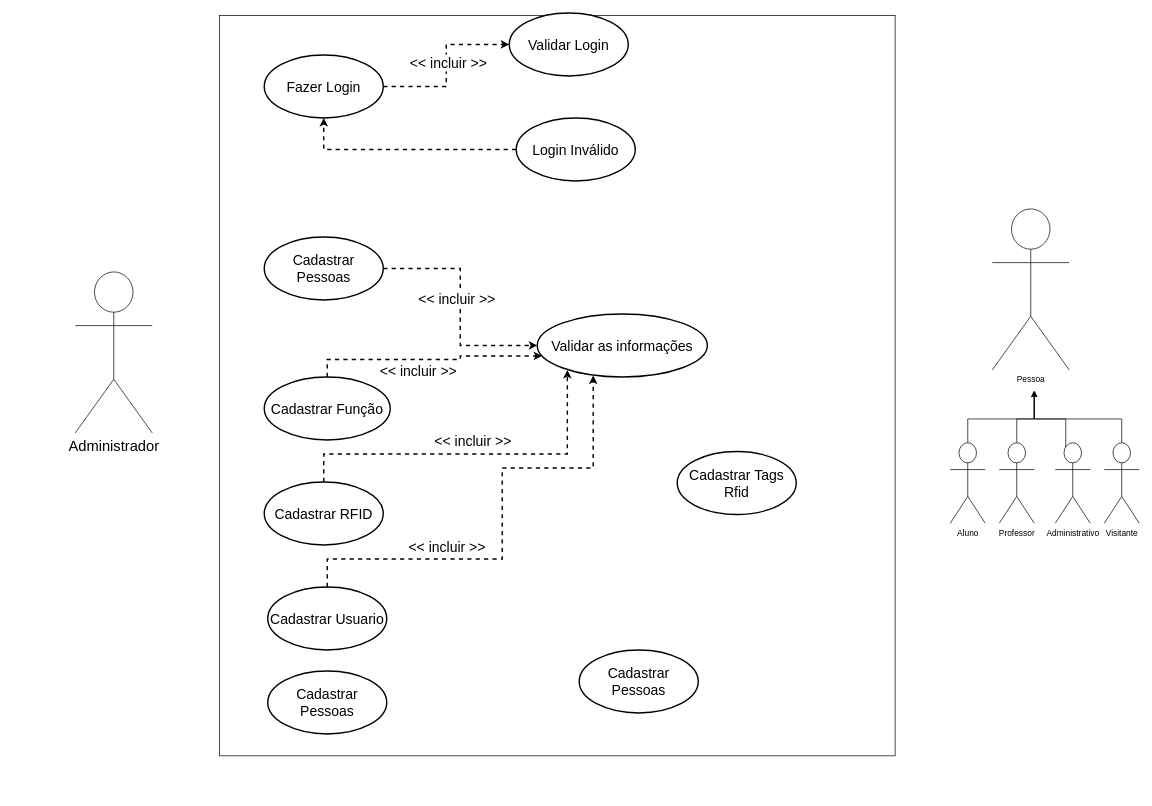
Above: Diagramas/Diagrama de Caso de Uso/v1/caso_de_uso.drawio in RangersonTI/Meu_TCC (draw.io), before the change. Source tidied: cells renumbered, new cells numbered last; positions are measured from the earlier drawing's top-left corner, leaving out a move shared by most shapes. Both pictures are drawn from the tidied source at 70%, with x=0, y=0 at pixel (75, 13).
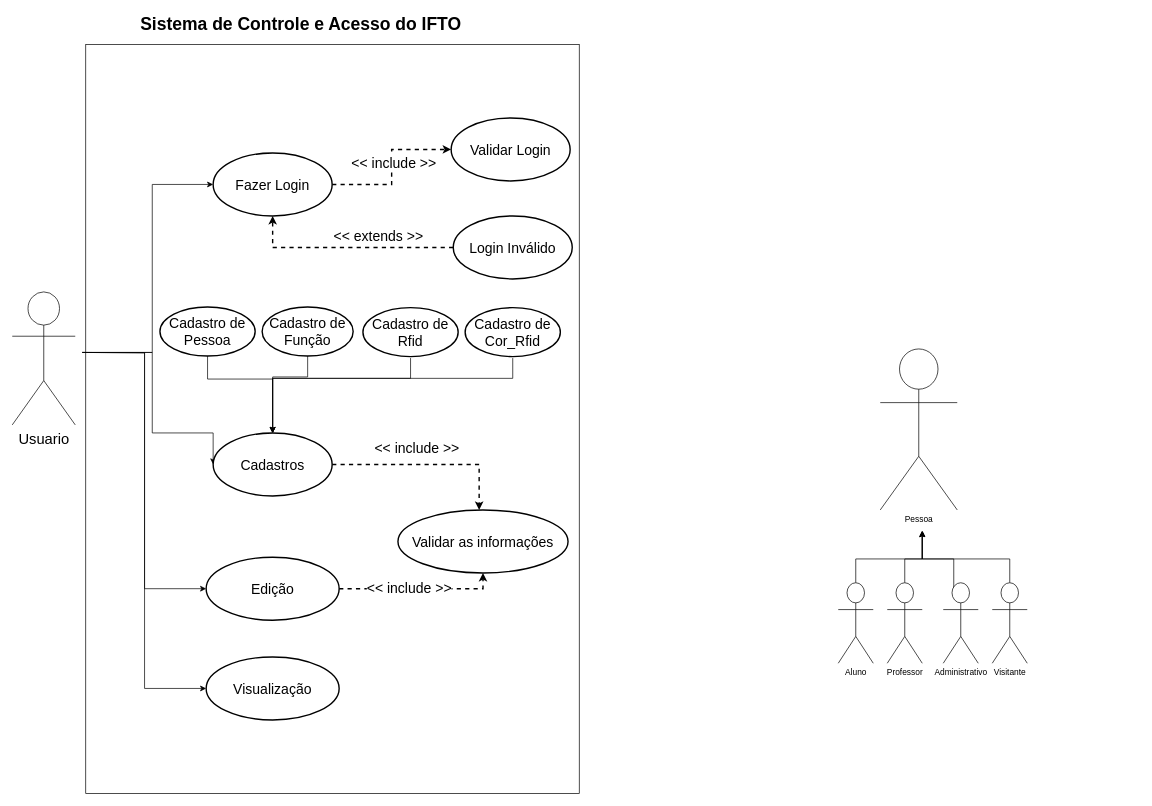
After the change.

The change refers to these unchanged cells:
```xml
<mxCell id="12" style="edgeStyle=orthogonalEdgeStyle;rounded=0;jettySize=auto;html=1;dashed=1;strokeWidth=2;" parent="1" edge="1" source="14" target="21">
  <mxGeometry relative="1" as="geometry" />
</mxCell>
```

What changed in the source:
```diff
@@
     <mxCell id="2" style="rounded=0;whiteSpace=wrap;html=1;rotation=90;" parent="1" vertex="1">
-      <mxGeometry x="160" y="50" width="1057.5" height="965" as="geometry" />
+      <mxGeometry x="-167.5" y="227.5" width="1070" height="705" as="geometry" />
     </mxCell>
     <mxCell id="3" value="Pessoa" style="shape=umlActor;verticalLabelPosition=bottom;verticalAlign=top;html=1;" parent="1" vertex="1">
-      <mxGeometry x="1310" y="280" width="110" height="230" as="geometry" />
+      <mxGeometry x="1150" y="480" width="110" height="230" as="geometry" />
     </mxCell>
     <mxCell id="4" style="edgeStyle=orthogonalEdgeStyle;rounded=0;jettySize=auto;html=1;" parent="1" edge="1" source="5">
       <mxGeometry relative="1" as="geometry">
-        <mxPoint x="1370" y="540" as="targetPoint" />
+        <mxPoint x="1210" y="740" as="targetPoint" />
         <Array as="points">
-          <mxPoint x="1275" y="580" />
-          <mxPoint x="1370" y="580" />
+          <mxPoint x="1115" y="780" />
+          <mxPoint x="1210" y="780" />
         </Array>
       </mxGeometry>
     </mxCell>
     <mxCell id="5" value="Aluno" style="shape=umlActor;verticalLabelPosition=bottom;verticalAlign=top;html=1;outlineConnect=0;" parent="1" vertex="1">
-      <mxGeometry x="1250" y="614" width="50" height="115" as="geometry" />
+      <mxGeometry x="1090" y="814" width="50" height="115" as="geometry" />
     </mxCell>
     <mxCell id="6" style="edgeStyle=orthogonalEdgeStyle;rounded=0;jettySize=auto;html=1;" parent="1" edge="1" source="7">
       <mxGeometry relative="1" as="geometry">
-        <mxPoint x="1370" y="540" as="targetPoint" />
+        <mxPoint x="1210" y="740" as="targetPoint" />
         <Array as="points">
-          <mxPoint x="1345" y="580" />
-          <mxPoint x="1370" y="580" />
+          <mxPoint x="1185" y="780" />
+          <mxPoint x="1210" y="780" />
         </Array>
       </mxGeometry>
     </mxCell>
     <mxCell id="7" value="Professor" style="shape=umlActor;verticalLabelPosition=bottom;verticalAlign=top;html=1;outlineConnect=0;" parent="1" vertex="1">
-      <mxGeometry x="1320" y="614" width="50" height="115" as="geometry" />
+      <mxGeometry x="1160" y="814" width="50" height="115" as="geometry" />
     </mxCell>
     <mxCell id="8" style="edgeStyle=orthogonalEdgeStyle;rounded=0;jettySize=auto;html=1;" parent="1" edge="1" source="9">
       <mxGeometry relative="1" as="geometry">
-        <mxPoint x="1370" y="540" as="targetPoint" />
+        <mxPoint x="1210" y="740" as="targetPoint" />
         <Array as="points">
-          <mxPoint x="1495" y="580" />
-          <mxPoint x="1370" y="580" />
+          <mxPoint x="1335" y="780" />
+          <mxPoint x="1210" y="780" />
         </Array>
       </mxGeometry>
     </mxCell>
     <mxCell id="9" value="Visitante" style="shape=umlActor;verticalLabelPosition=bottom;verticalAlign=top;html=1;outlineConnect=0;" parent="1" vertex="1">
-      <mxGeometry x="1470" y="614" width="50" height="115" as="geometry" />
+      <mxGeometry x="1310" y="814" width="50" height="115" as="geometry" />
     </mxCell>
     <mxCell id="10" style="edgeStyle=orthogonalEdgeStyle;rounded=0;orthogonalLoop=1;jettySize=auto;html=1;" parent="1" edge="1">
       <mxGeometry relative="1" as="geometry">
-        <mxPoint x="1415" y="624" as="sourcePoint" />
-        <mxPoint x="1370" y="540" as="targetPoint" />
+        <mxPoint x="1255" y="824" as="sourcePoint" />
+        <mxPoint x="1210" y="740" as="targetPoint" />
         <Array as="points">
-          <mxPoint x="1415" y="580" />
-          <mxPoint x="1370" y="580" />
+          <mxPoint x="1255" y="780" />
+          <mxPoint x="1210" y="780" />
         </Array>
       </mxGeometry>
     </mxCell>
     <mxCell id="11" value="Administrativo" style="shape=umlActor;verticalLabelPosition=bottom;verticalAlign=top;html=1;" parent="1" vertex="1">
-      <mxGeometry x="1400" y="614" width="50" height="115" as="geometry" />
+      <mxGeometry x="1240" y="814" width="50" height="115" as="geometry" />
     </mxCell>
@@
-    <mxCell id="13" value="&amp;lt;&amp;lt; incluir &amp;gt;&amp;gt;" style="edgeLabel;html=1;align=center;verticalAlign=middle;fontSize=20;" parent="12" vertex="1">
+    <mxCell id="13" value="&amp;lt;&amp;lt; include &amp;gt;&amp;gt;" style="edgeLabel;html=1;align=center;verticalAlign=middle;fontSize=20;" parent="12" vertex="1">
       <mxGeometry x="-0.14" y="-2" relative="1" as="geometry">
         <mxPoint y="-22" as="offset" />
       </mxGeometry>
     </mxCell>
     <mxCell id="14" value="Fazer Login" style="ellipse;whiteSpace=wrap;html=1;fontSize=20;strokeWidth=2;" parent="1" vertex="1">
-      <mxGeometry x="270" y="60" width="170" height="90" as="geometry" />
+      <mxGeometry x="197" y="200" width="170" height="90" as="geometry" />
     </mxCell>
+    <mxCell id="35" style="edgeStyle=orthogonalEdgeStyle;rounded=0;jettySize=auto;html=1;entryX=0;entryY=0.5;entryDx=0;entryDy=0;" parent="1" edge="1" target="14">
+      <mxGeometry relative="1" as="geometry">
+        <mxPoint x="10" y="485" as="sourcePoint" />
+        <Array as="points">
+          <mxPoint x="110" y="485" />
+          <mxPoint x="110" y="245" />
+        </Array>
+      </mxGeometry>
+    </mxCell>
+    <mxCell id="36" style="edgeStyle=orthogonalEdgeStyle;rounded=0;jettySize=auto;html=1;entryX=0;entryY=0.5;entryDx=0;entryDy=0;" parent="1" edge="1" target="18">
+      <mxGeometry relative="1" as="geometry">
+        <mxPoint x="10" y="485" as="sourcePoint" />
+        <Array as="points">
+          <mxPoint x="110" y="485" />
+          <mxPoint x="110" y="600" />
+        </Array>
+      </mxGeometry>
+    </mxCell>
+    <mxCell id="37" style="edgeStyle=orthogonalEdgeStyle;rounded=0;jettySize=auto;html=1;entryX=0;entryY=0.5;entryDx=0;entryDy=0;" parent="1" edge="1" target="43">
+      <mxGeometry relative="1" as="geometry">
+        <mxPoint x="10" y="485" as="sourcePoint" />
+      </mxGeometry>
+    </mxCell>
+    <mxCell id="38" style="edgeStyle=orthogonalEdgeStyle;rounded=0;jettySize=auto;html=1;entryX=0;entryY=0.5;entryDx=0;entryDy=0;" parent="1" edge="1" target="44">
+      <mxGeometry relative="1" as="geometry">
+        <mxPoint x="10" y="485" as="sourcePoint" />
+      </mxGeometry>
+    </mxCell>
-    <mxCell id="15" value="Administrador" style="shape=umlActor;verticalLabelPosition=bottom;verticalAlign=top;html=1;fontSize=21;" parent="1" vertex="1">
-      <mxGeometry y="370" width="110" height="230" as="geometry" />
+    <mxCell id="15" value="Usuario" style="shape=umlActor;verticalLabelPosition=bottom;verticalAlign=top;html=1;fontSize=21;" parent="1" vertex="1">
+      <mxGeometry x="-90" y="398.5" width="90" height="190" as="geometry" />
     </mxCell>
-    <mxCell id="16" style="edgeStyle=orthogonalEdgeStyle;rounded=0;jettySize=auto;html=1;entryX=0;entryY=0.5;entryDx=0;entryDy=0;dashed=1;strokeWidth=2;" parent="1" edge="1" source="18" target="20">
-      <mxGeometry relative="1" as="geometry" />
+    <mxCell id="16" style="edgeStyle=orthogonalEdgeStyle;rounded=0;jettySize=auto;html=1;dashed=1;strokeWidth=2;" parent="1" edge="1" source="18" target="20">
+      <mxGeometry relative="1" as="geometry">
+        <Array as="points">
+          <mxPoint x="577" y="645" />
+        </Array>
+      </mxGeometry>
     </mxCell>
-    <mxCell id="17" value="&amp;lt;&amp;lt; incluir &amp;gt;&amp;gt;" style="edgeLabel;html=1;align=center;verticalAlign=middle;fontSize=20;fontStyle=0;" parent="16" vertex="1">
+    <mxCell id="17" value="&amp;lt;&amp;lt; include &amp;gt;&amp;gt;" style="edgeLabel;html=1;align=center;verticalAlign=middle;fontSize=20;fontStyle=0;" parent="16" vertex="1">
       <mxGeometry x="-0.07" y="-6" relative="1" as="geometry">
-        <mxPoint y="-1" as="offset" />
+        <mxPoint x="-8" y="-31" as="offset" />
       </mxGeometry>
     </mxCell>
-    <mxCell id="18" value="Cadastrar Pessoas" style="ellipse;whiteSpace=wrap;html=1;fontSize=20;strokeWidth=2;" parent="1" vertex="1">
-      <mxGeometry x="270" y="320" width="170" height="90" as="geometry" />
+    <mxCell id="18" value="Cadastros" style="ellipse;whiteSpace=wrap;html=1;fontSize=20;strokeWidth=2;" parent="1" vertex="1">
+      <mxGeometry x="197" y="600" width="170" height="90" as="geometry" />
     </mxCell>
-    <mxCell id="19" value="Cadastrar Tags Rfid" style="ellipse;whiteSpace=wrap;html=1;fontSize=20;strokeWidth=2;" parent="1" vertex="1">
-      <mxGeometry x="860" y="626.5" width="170" height="90" as="geometry" />
-    </mxCell>
     <mxCell id="20" value="Validar as informações" style="ellipse;whiteSpace=wrap;html=1;fontSize=20;strokeWidth=2;" parent="1" vertex="1">
-      <mxGeometry x="660" y="430" width="243" height="90" as="geometry" />
+      <mxGeometry x="461" y="710" width="243" height="90" as="geometry" />
     </mxCell>
     <mxCell id="21" value="Validar Login" style="ellipse;whiteSpace=wrap;html=1;fontSize=20;strokeWidth=2;" parent="1" vertex="1">
-      <mxGeometry x="620" width="170" height="90" as="geometry" />
+      <mxGeometry x="537" y="150" width="170" height="90" as="geometry" />
     </mxCell>
     <mxCell id="22" style="edgeStyle=orthogonalEdgeStyle;rounded=0;jettySize=auto;html=1;exitX=0;exitY=0.5;exitDx=0;exitDy=0;entryX=0.5;entryY=1;entryDx=0;entryDy=0;dashed=1;strokeWidth=2;" parent="1" edge="1" source="23" target="14">
       <mxGeometry relative="1" as="geometry">
         <Array as="points">
-          <mxPoint x="355" y="195" />
+          <mxPoint x="282" y="335" />
         </Array>
       </mxGeometry>
     </mxCell>
+    <mxCell id="39" value="&amp;lt;&amp;lt; extends &amp;gt;&amp;gt;" style="edgeLabel;html=1;align=center;verticalAlign=middle;fontSize=20;" parent="22" vertex="1">
+      <mxGeometry x="-0.7" y="4" relative="1" as="geometry">
+        <mxPoint x="-63" y="-22" as="offset" />
+      </mxGeometry>
+    </mxCell>
     <mxCell id="23" value="Login Inválido" style="ellipse;whiteSpace=wrap;html=1;fontSize=20;strokeWidth=2;" parent="1" vertex="1">
-      <mxGeometry x="630" y="150" width="170" height="90" as="geometry" />
+      <mxGeometry x="540" y="290" width="170" height="90" as="geometry" />
     </mxCell>
-    <mxCell id="24" style="edgeStyle=orthogonalEdgeStyle;rounded=0;jettySize=auto;html=1;dashed=1;strokeWidth=2;" parent="1" edge="1" source="26" target="20">
-      <mxGeometry relative="1" as="geometry">
-        <Array as="points">
-          <mxPoint x="360" y="495" />
-          <mxPoint x="550" y="495" />
-          <mxPoint x="550" y="490" />
-        </Array>
-      </mxGeometry>
-    </mxCell>
-    <mxCell id="25" value="&lt;span style=&quot;font-size: 20px;&quot;&gt;&amp;lt;&amp;lt; incluir &amp;gt;&amp;gt;&lt;/span&gt;" style="edgeLabel;html=1;align=center;verticalAlign=middle;" parent="24" vertex="1">
-      <mxGeometry x="-0.41" y="-1" relative="1" as="geometry">
-        <mxPoint x="55" y="14" as="offset" />
-      </mxGeometry>
-    </mxCell>
-    <mxCell id="26" value="Cadastrar Função" style="ellipse;whiteSpace=wrap;html=1;fontSize=20;strokeWidth=2;" parent="1" vertex="1">
-      <mxGeometry x="270" y="520" width="180" height="90" as="geometry" />
-    </mxCell>
-    <mxCell id="27" value="Cadastrar RFID" style="ellipse;whiteSpace=wrap;html=1;fontSize=20;strokeWidth=2;" parent="1" vertex="1">
-      <mxGeometry x="270" y="670" width="170" height="90" as="geometry" />
-    </mxCell>
-    <mxCell id="28" style="edgeStyle=orthogonalEdgeStyle;rounded=0;jettySize=auto;html=1;dashed=1;strokeWidth=2;entryX=0.329;entryY=0.977;entryDx=0;entryDy=0;entryPerimeter=0;exitX=0.5;exitY=0;exitDx=0;exitDy=0;" parent="1" edge="1" source="30" target="20">
-      <mxGeometry relative="1" as="geometry">
-        <Array as="points">
-          <mxPoint x="360" y="780" />
-          <mxPoint x="610" y="780" />
-          <mxPoint x="610" y="650" />
-          <mxPoint x="740" y="650" />
-        </Array>
-      </mxGeometry>
-    </mxCell>
-    <mxCell id="29" value="&lt;span style=&quot;font-size: 20px;&quot;&gt;&amp;lt;&amp;lt; incluir &amp;gt;&amp;gt;&lt;/span&gt;" style="edgeLabel;html=1;align=center;verticalAlign=middle;" parent="28" vertex="1">
-      <mxGeometry x="0.02" y="2" relative="1" as="geometry">
-        <mxPoint x="-78" y="39" as="offset" />
-      </mxGeometry>
-    </mxCell>
-    <mxCell id="30" value="Cadastrar Usuario" style="ellipse;whiteSpace=wrap;html=1;fontSize=20;strokeWidth=2;" parent="1" vertex="1">
-      <mxGeometry x="275" y="820" width="170" height="90" as="geometry" />
-    </mxCell>
-    <mxCell id="31" value="Cadastrar Pessoas" style="ellipse;whiteSpace=wrap;html=1;fontSize=20;strokeWidth=2;" parent="1" vertex="1">
-      <mxGeometry x="720" y="910" width="170" height="90" as="geometry" />
-    </mxCell>
-    <mxCell id="32" value="Cadastrar Pessoas" style="ellipse;whiteSpace=wrap;html=1;fontSize=20;strokeWidth=2;" parent="1" vertex="1">
-      <mxGeometry x="275" y="940" width="170" height="90" as="geometry" />
-    </mxCell>
-    <mxCell id="33" style="edgeStyle=orthogonalEdgeStyle;rounded=0;jettySize=auto;html=1;entryX=0.177;entryY=0.888;entryDx=0;entryDy=0;entryPerimeter=0;dashed=1;strokeWidth=2;" parent="1" edge="1" source="27" target="20">
-      <mxGeometry relative="1" as="geometry">
-        <Array as="points">
-          <mxPoint x="355" y="630" />
-          <mxPoint x="703" y="630" />
-        </Array>
-      </mxGeometry>
-    </mxCell>
-    <mxCell id="34" value="&lt;span style=&quot;font-size: 20px;&quot;&gt;&amp;lt;&amp;lt; incluir &amp;gt;&amp;gt;&lt;/span&gt;" style="edgeLabel;html=1;align=center;verticalAlign=middle;" parent="33" vertex="1">
-      <mxGeometry x="-0.11" y="-5" relative="1" as="geometry">
-        <mxPoint x="26" y="-25" as="offset" />
-      </mxGeometry>
-    </mxCell>
+    <mxCell id="40" value="Sistema de Controle e Acesso do IFTO" style="text;html=1;align=center;verticalAlign=middle;whiteSpace=wrap;rounded=0;fontSize=25;fontStyle=1;" parent="1" vertex="1">
+      <mxGeometry x="80" width="485" height="30" as="geometry" />
+    </mxCell>
+    <mxCell id="41" style="edgeStyle=orthogonalEdgeStyle;rounded=0;jettySize=auto;html=1;exitX=1;exitY=0.5;exitDx=0;exitDy=0;entryX=0.5;entryY=1;entryDx=0;entryDy=0;dashed=1;strokeWidth=2;" parent="1" edge="1" source="43" target="20">
+      <mxGeometry relative="1" as="geometry" />
+    </mxCell>
+    <mxCell id="42" value="&lt;span style=&quot;font-size: 20px;&quot;&gt;&amp;lt;&amp;lt; include &amp;gt;&amp;gt;&lt;/span&gt;" style="edgeLabel;html=1;align=center;verticalAlign=middle;" parent="41" vertex="1">
+      <mxGeometry x="-0.14" y="2" relative="1" as="geometry">
+        <mxPoint x="1" as="offset" />
+      </mxGeometry>
+    </mxCell>
+    <mxCell id="43" value="Edição" style="ellipse;whiteSpace=wrap;html=1;fontSize=20;strokeWidth=2;" parent="1" vertex="1">
+      <mxGeometry x="187" y="777.5" width="190" height="90" as="geometry" />
+    </mxCell>
+    <mxCell id="44" value="Visualização" style="ellipse;whiteSpace=wrap;html=1;fontSize=20;strokeWidth=2;" parent="1" vertex="1">
+      <mxGeometry x="187" y="920" width="190" height="90" as="geometry" />
+    </mxCell>
+    <mxCell id="45" style="edgeStyle=orthogonalEdgeStyle;rounded=0;jettySize=auto;html=1;exitX=0.5;exitY=1;exitDx=0;exitDy=0;entryX=0.5;entryY=0;entryDx=0;entryDy=0;" parent="1" edge="1" source="46" target="18">
+      <mxGeometry relative="1" as="geometry">
+        <Array as="points">
+          <mxPoint x="189" y="523" />
+          <mxPoint x="282" y="523" />
+        </Array>
+      </mxGeometry>
+    </mxCell>
+    <mxCell id="46" value="Cadastro de Pessoa" style="ellipse;whiteSpace=wrap;html=1;fontSize=20;strokeWidth=2;" parent="1" vertex="1">
+      <mxGeometry x="121" y="420" width="136" height="70" as="geometry" />
+    </mxCell>
+    <mxCell id="47" style="edgeStyle=orthogonalEdgeStyle;rounded=0;jettySize=auto;html=1;exitX=0.5;exitY=1;exitDx=0;exitDy=0;entryX=0.5;entryY=0;entryDx=0;entryDy=0;" parent="1" edge="1" source="48" target="18">
+      <mxGeometry relative="1" as="geometry">
+        <Array as="points">
+          <mxPoint x="332" y="520" />
+          <mxPoint x="282" y="520" />
+        </Array>
+      </mxGeometry>
+    </mxCell>
+    <mxCell id="48" value="Cadastro de Função" style="ellipse;whiteSpace=wrap;html=1;fontSize=20;strokeWidth=2;" parent="1" vertex="1">
+      <mxGeometry x="267" y="420" width="130" height="70" as="geometry" />
+    </mxCell>
+    <mxCell id="49" style="edgeStyle=orthogonalEdgeStyle;rounded=0;orthogonalLoop=1;jettySize=auto;html=1;" parent="1" edge="1">
+      <mxGeometry relative="1" as="geometry">
+        <mxPoint x="479" y="493" as="sourcePoint" />
+        <mxPoint x="282" y="600" as="targetPoint" />
+        <Array as="points">
+          <mxPoint x="479" y="522" />
+          <mxPoint x="282" y="522" />
+        </Array>
+      </mxGeometry>
+    </mxCell>
+    <mxCell id="50" value="Cadastro de Rfid" style="ellipse;whiteSpace=wrap;html=1;fontSize=20;strokeWidth=2;" parent="1" vertex="1">
+      <mxGeometry x="411" y="421" width="136" height="70" as="geometry" />
+    </mxCell>
+    <mxCell id="51" style="edgeStyle=orthogonalEdgeStyle;rounded=0;orthogonalLoop=1;jettySize=auto;html=1;" parent="1" edge="1">
+      <mxGeometry relative="1" as="geometry">
+        <mxPoint x="625" y="493" as="sourcePoint" />
+        <mxPoint x="282" y="600" as="targetPoint" />
+        <Array as="points">
+          <mxPoint x="625" y="522" />
+          <mxPoint x="282" y="522" />
+        </Array>
+      </mxGeometry>
+    </mxCell>
+    <mxCell id="52" value="Cadastro de Cor_Rfid" style="ellipse;whiteSpace=wrap;html=1;fontSize=20;strokeWidth=2;" parent="1" vertex="1">
+      <mxGeometry x="557" y="421" width="136" height="70" as="geometry" />
+    </mxCell>
```
